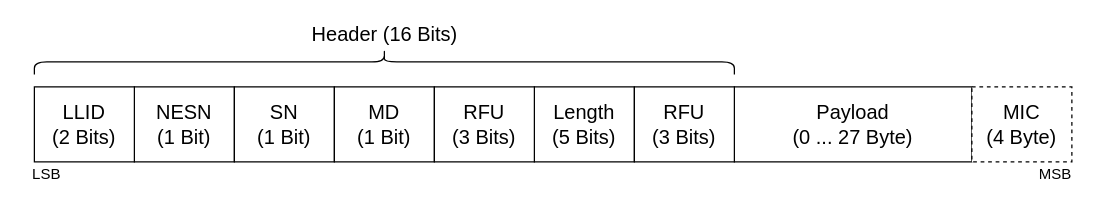
Before: doc/bachelor_thesis_german/graphics/source/link_layer_packetformat_pdu_data.drawio in immrn/secure-ble-for-esp32-android, a draw.io diagram. Source tidied: cells renumbered, new cells numbered last; positions are measured from the earlier drawing's top-left corner, leaving out a move shared by most shapes. Both pictures are drawn from the tidied source at 125%, with x=0, y=0 at pixel (21, -289).
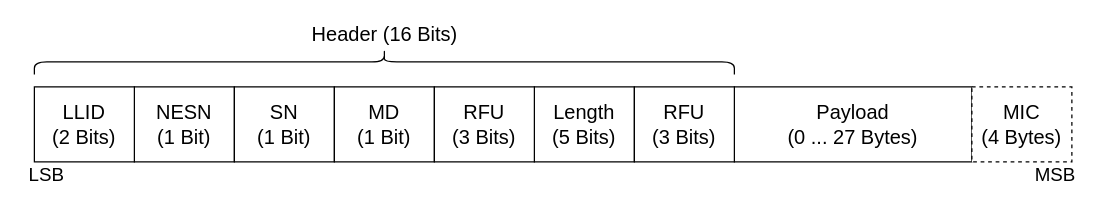
After the change.

Change to the diagram source:
```diff
@@
 <mxGraphModel>
   <root>
     <mxCell id="0" />
     <mxCell id="1" parent="0" />
     <mxCell id="2" value="&lt;font style=&quot;font-size: 16px&quot;&gt;NESN&lt;br&gt;(1 Bit)&lt;/font&gt;" style="rounded=0;whiteSpace=wrap;html=1;" parent="1" vertex="1">
       <mxGeometry x="90" y="300" width="80" height="60" as="geometry" />
     </mxCell>
     <mxCell id="3" value="&lt;span style=&quot;font-size: 16px&quot;&gt;LLID&lt;br&gt;(2 Bits)&lt;br&gt;&lt;/span&gt;" style="rounded=0;whiteSpace=wrap;html=1;" parent="1" vertex="1">
       <mxGeometry x="10" y="300" width="80" height="60" as="geometry" />
     </mxCell>
-    <mxCell id="4" value="MSB" style="text;html=1;strokeColor=none;fillColor=none;align=center;verticalAlign=middle;whiteSpace=wrap;rounded=0;" parent="1" vertex="1">
+    <mxCell id="4" value="MSB" style="text;html=1;strokeColor=none;fillColor=none;align=center;verticalAlign=middle;whiteSpace=wrap;rounded=0;fontSize=15;" parent="1" vertex="1">
       <mxGeometry x="812" y="360" width="30" height="20" as="geometry" />
     </mxCell>
-    <mxCell id="5" value="LSB" style="text;html=1;strokeColor=none;fillColor=none;align=center;verticalAlign=middle;whiteSpace=wrap;rounded=0;" parent="1" vertex="1">
+    <mxCell id="5" value="LSB" style="text;html=1;strokeColor=none;fillColor=none;align=center;verticalAlign=middle;whiteSpace=wrap;rounded=0;fontSize=15;" parent="1" vertex="1">
       <mxGeometry y="360" width="40" height="20" as="geometry" />
     </mxCell>
-    <mxCell id="6" value="&lt;font style=&quot;font-size: 16px&quot;&gt;Payload&lt;br&gt;(0 ... 27 Byte)&lt;br&gt;&lt;/font&gt;" style="rounded=0;whiteSpace=wrap;html=1;" parent="1" vertex="1">
+    <mxCell id="6" value="&lt;font style=&quot;font-size: 16px&quot;&gt;Payload&lt;br&gt;(0 ... 27 Bytes)&lt;br&gt;&lt;/font&gt;" style="rounded=0;whiteSpace=wrap;html=1;" parent="1" vertex="1">
       <mxGeometry x="570" y="300" width="190" height="60" as="geometry" />
     </mxCell>
     <mxCell id="7" value="&lt;font style=&quot;font-size: 16px&quot;&gt;SN&lt;br&gt;(1 Bit)&lt;/font&gt;" style="rounded=0;whiteSpace=wrap;html=1;" parent="1" vertex="1">
       <mxGeometry x="170" y="300" width="80" height="60" as="geometry" />
     </mxCell>
     <mxCell id="8" value="&lt;font style=&quot;font-size: 16px&quot;&gt;MD&lt;br&gt;(1 Bit)&lt;/font&gt;" style="rounded=0;whiteSpace=wrap;html=1;" parent="1" vertex="1">
       <mxGeometry x="250" y="300" width="80" height="60" as="geometry" />
     </mxCell>
     <mxCell id="9" value="&lt;font style=&quot;font-size: 16px&quot;&gt;Length&lt;br&gt;(5 Bits)&lt;/font&gt;" style="rounded=0;whiteSpace=wrap;html=1;" parent="1" vertex="1">
       <mxGeometry x="410" y="300" width="80" height="60" as="geometry" />
     </mxCell>
     <mxCell id="10" value="&lt;font style=&quot;font-size: 16px&quot;&gt;RFU&lt;br&gt;(3 Bits)&lt;br&gt;&lt;/font&gt;" style="rounded=0;whiteSpace=wrap;html=1;" parent="1" vertex="1">
       <mxGeometry x="490" y="300" width="80" height="60" as="geometry" />
     </mxCell>
     <mxCell id="11" style="shape=curlyBracket;whiteSpace=wrap;html=1;rounded=1;flipH=1;rotation=-90;" parent="1" vertex="1">
       <mxGeometry x="280" width="20" height="560" as="geometry" />
     </mxCell>
     <mxCell id="12" value="&lt;font style=&quot;font-size: 16px&quot;&gt;Header (16 Bits)&lt;/font&gt;" style="text;html=1;strokeColor=none;fillColor=none;align=center;verticalAlign=middle;whiteSpace=wrap;rounded=0;" parent="1" vertex="1">
       <mxGeometry x="227.5" y="248" width="125" height="20" as="geometry" />
     </mxCell>
     <mxCell id="13" value="&lt;font style=&quot;font-size: 16px&quot;&gt;RFU&lt;br&gt;(3 Bits)&lt;br&gt;&lt;/font&gt;" style="rounded=0;whiteSpace=wrap;html=1;" parent="1" vertex="1">
       <mxGeometry x="330" y="300" width="80" height="60" as="geometry" />
     </mxCell>
-    <mxCell id="14" value="&lt;font style=&quot;font-size: 16px&quot;&gt;MIC&lt;br&gt;(4 Byte)&lt;br&gt;&lt;/font&gt;" style="rounded=0;whiteSpace=wrap;html=1;dashed=1;" parent="1" vertex="1">
+    <mxCell id="14" value="&lt;font style=&quot;font-size: 16px&quot;&gt;MIC&lt;br&gt;(4 Bytes)&lt;br&gt;&lt;/font&gt;" style="rounded=0;whiteSpace=wrap;html=1;dashed=1;" parent="1" vertex="1">
       <mxGeometry x="760" y="300" width="80" height="60" as="geometry" />
     </mxCell>
   </root>
 </mxGraphModel>
```
